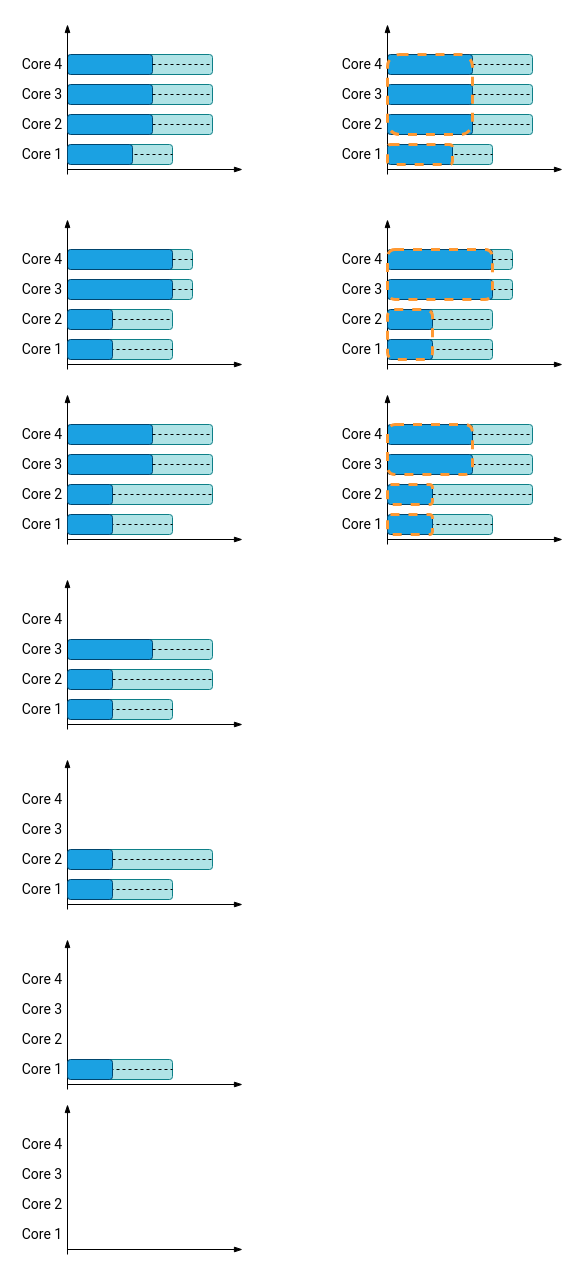
Before: Notes/TFM_presentations/final/figures/drawings/state_representation.drawio in jmigual/APATeoria, a draw.io diagram. Source tidied: cells renumbered, new cells numbered last; positions are measured from the earlier drawing's top-left corner, leaving out a move shared by most shapes. Both pictures are drawn from the tidied source at 100%, with x=0, y=0 at pixel (17, 24).
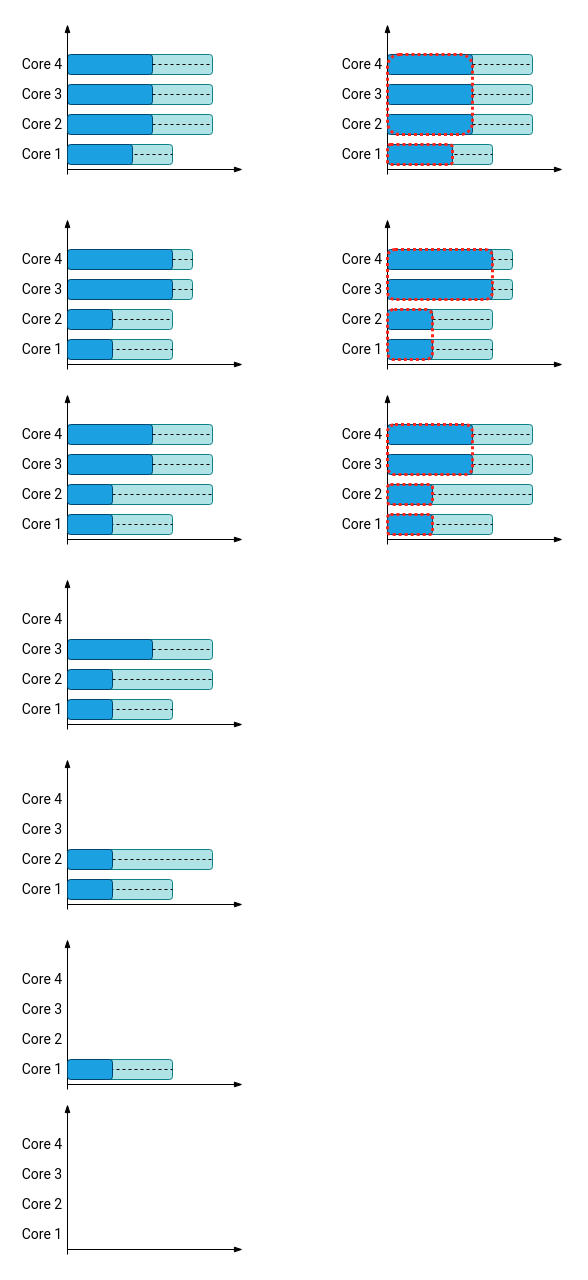
After the change.

Diff of the diagram source:
```diff
@@
-    <mxCell id="38" style="rounded=1;whiteSpace=wrap;html=1;fillColor=none;strokeColor=#FF9933;strokeWidth=3;dashed=1;" parent="1" vertex="1">
+    <mxCell id="38" style="rounded=1;whiteSpace=wrap;html=1;fillColor=none;strokeColor=#FF241C;strokeWidth=3;dashed=1;dashPattern=1 1;" parent="1" vertex="1">
       <mxGeometry x="370" y="30" width="85" height="80" as="geometry" />
     </mxCell>
-    <mxCell id="39" style="rounded=1;whiteSpace=wrap;html=1;fillColor=none;strokeColor=#FF9933;strokeWidth=3;dashed=1;" parent="1" vertex="1">
+    <mxCell id="39" style="rounded=1;whiteSpace=wrap;html=1;fillColor=none;strokeColor=#FF241C;strokeWidth=3;dashed=1;dashPattern=1 1;" parent="1" vertex="1">
       <mxGeometry x="370" y="120" width="65" height="20" as="geometry" />
     </mxCell>
@@
-    <mxCell id="58" style="rounded=1;whiteSpace=wrap;html=1;fillColor=none;strokeColor=#FF9933;strokeWidth=3;dashed=1;" parent="1" vertex="1">
+    <mxCell id="58" style="rounded=1;whiteSpace=wrap;html=1;fillColor=none;strokeColor=#FF241C;strokeWidth=3;dashed=1;dashPattern=1 1;" parent="1" vertex="1">
       <mxGeometry x="370" y="225" width="105" height="50" as="geometry" />
     </mxCell>
-    <mxCell id="59" style="rounded=1;whiteSpace=wrap;html=1;fillColor=none;strokeColor=#FF9933;strokeWidth=3;dashed=1;" parent="1" vertex="1">
+    <mxCell id="59" style="rounded=1;whiteSpace=wrap;html=1;fillColor=none;strokeColor=#FF241C;strokeWidth=3;dashed=1;dashPattern=1 1;" parent="1" vertex="1">
       <mxGeometry x="370" y="285" width="45" height="50" as="geometry" />
     </mxCell>
@@
-    <mxCell id="150" style="rounded=1;whiteSpace=wrap;html=1;fillColor=none;strokeColor=#FF9933;strokeWidth=3;dashed=1;" parent="1" vertex="1">
+    <mxCell id="150" style="rounded=1;whiteSpace=wrap;html=1;fillColor=none;strokeWidth=3;dashed=1;strokeColor=#FF241C;perimeterSpacing=0;dashPattern=1 1;" parent="1" vertex="1">
       <mxGeometry x="370" y="400" width="85" height="50" as="geometry" />
     </mxCell>
-    <mxCell id="151" style="rounded=1;whiteSpace=wrap;html=1;fillColor=none;strokeColor=#FF9933;strokeWidth=3;dashed=1;" parent="1" vertex="1">
+    <mxCell id="151" style="rounded=1;whiteSpace=wrap;html=1;fillColor=none;strokeWidth=3;dashed=1;strokeColor=#FF241C;perimeterSpacing=0;dashPattern=1 1;" parent="1" vertex="1">
       <mxGeometry x="370" y="460" width="45" height="20" as="geometry" />
     </mxCell>
-    <mxCell id="152" style="rounded=1;whiteSpace=wrap;html=1;fillColor=none;strokeColor=#FF9933;strokeWidth=3;dashed=1;" parent="1" vertex="1">
+    <mxCell id="152" style="rounded=1;whiteSpace=wrap;html=1;fillColor=none;strokeWidth=3;dashed=1;strokeColor=#FF241C;perimeterSpacing=0;dashPattern=1 1;" parent="1" vertex="1">
       <mxGeometry x="370" y="490" width="45" height="20" as="geometry" />
     </mxCell>
```
